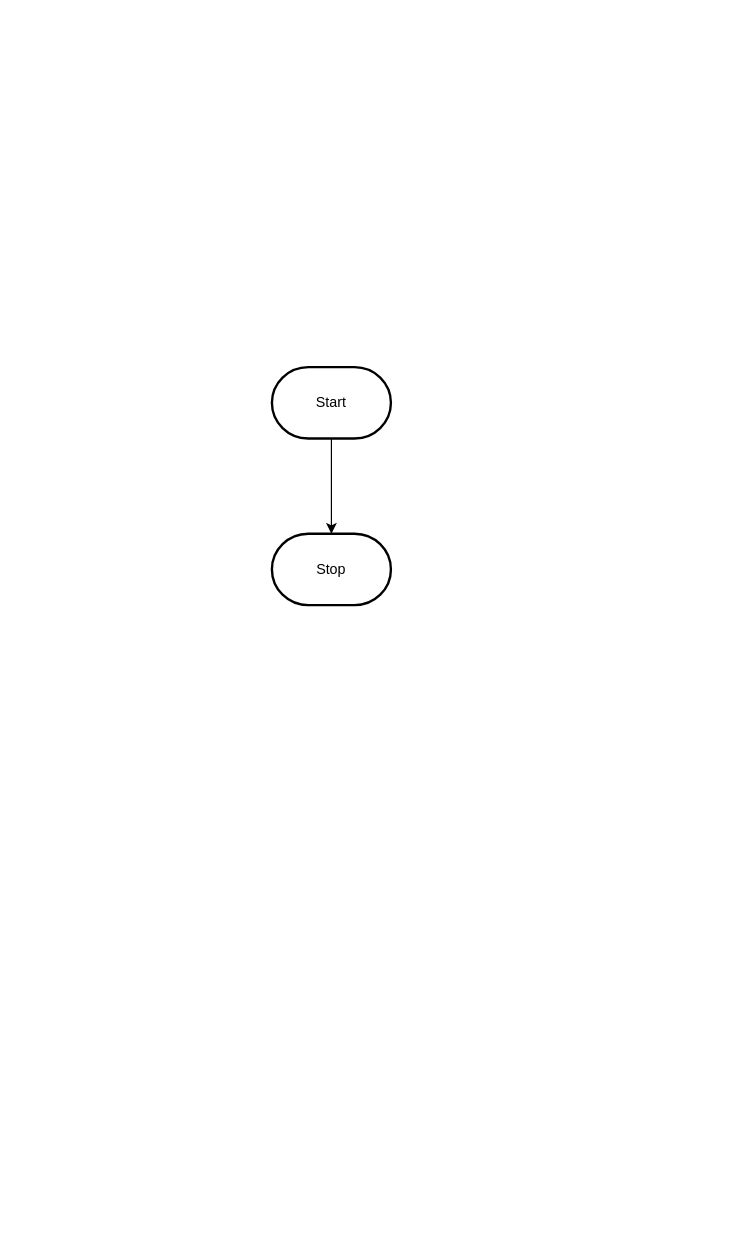
This is design/flowchart.drawio from MTHS-ICS2O-2-2022/ics2o---unit-5-05-Osamah-Hasan, a draw.io file, before an edit. Source tidied: cells renumbered, new cells numbered last; positions are measured from the earlier drawing's top-left corner, leaving out a move shared by most shapes. Both pictures are drawn from the tidied source at 119%, with x=0, y=0 at pixel (271, 367).
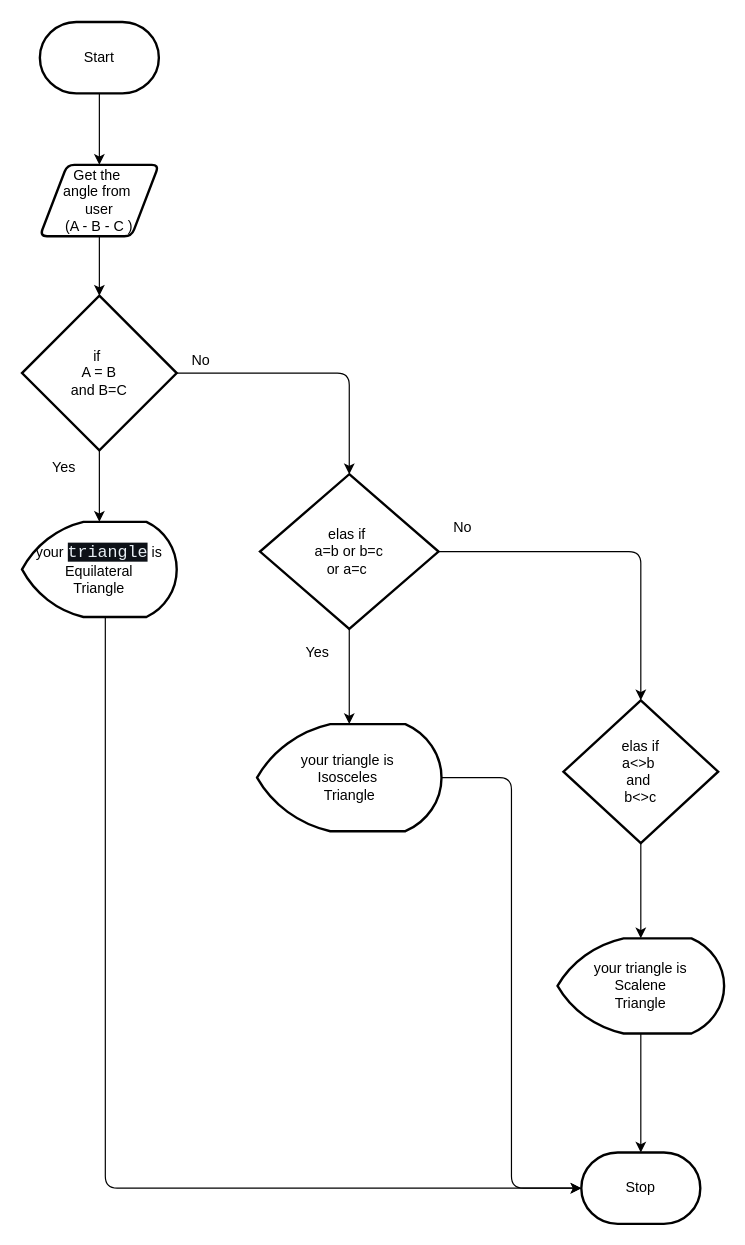
After the change.

Change to the diagram source:
```diff
@@
-    <mxCell id="2" style="edgeStyle=orthogonalEdgeStyle;html=1;rounded=0;" parent="1" edge="1" source="3" target="4">
-      <mxGeometry relative="1" as="geometry" />
-    </mxCell>
+    <mxCell id="5" style="edgeStyle=orthogonalEdgeStyle;html=1;entryX=0.5;entryY=0;entryDx=0;entryDy=0;" parent="1" edge="1" source="3" target="2">
+      <mxGeometry relative="1" as="geometry" />
+    </mxCell>
     <mxCell id="3" value="Start" style="strokeWidth=2;html=1;shape=mxgraph.flowchart.terminator;whiteSpace=wrap;" parent="1" vertex="1">
-      <mxGeometry width="100" height="60" as="geometry" />
+      <mxGeometry x="-195" y="-290" width="100" height="60" as="geometry" />
     </mxCell>
     <mxCell id="4" value="Stop" style="strokeWidth=2;html=1;shape=mxgraph.flowchart.terminator;whiteSpace=wrap;" parent="1" vertex="1">
-      <mxGeometry y="140" width="100" height="60" as="geometry" />
+      <mxGeometry x="260" y="660" width="100" height="60" as="geometry" />
     </mxCell>
+    <mxCell id="6" style="edgeStyle=orthogonalEdgeStyle;html=1;" parent="1" edge="1" source="2" target="9">
+      <mxGeometry relative="1" as="geometry" />
+    </mxCell>
+    <mxCell id="2" value="Get the&amp;nbsp;&lt;br&gt;angle from&amp;nbsp;&lt;br&gt;user&lt;br&gt;(A - B - C )" style="shape=parallelogram;html=1;strokeWidth=2;perimeter=parallelogramPerimeter;whiteSpace=wrap;rounded=1;arcSize=12;size=0.23;" parent="1" vertex="1">
+      <mxGeometry x="-195" y="-170" width="100" height="60" as="geometry" />
+    </mxCell>
+    <mxCell id="7" style="edgeStyle=orthogonalEdgeStyle;html=1;" parent="1" edge="1" source="9" target="13">
+      <mxGeometry relative="1" as="geometry" />
+    </mxCell>
+    <mxCell id="8" style="edgeStyle=orthogonalEdgeStyle;html=1;" parent="1" edge="1" source="9" target="16">
+      <mxGeometry relative="1" as="geometry" />
+    </mxCell>
+    <mxCell id="9" value="if&amp;nbsp;&lt;br&gt;A = B&lt;br&gt;and B=C&lt;br&gt;" style="strokeWidth=2;html=1;shape=mxgraph.flowchart.decision;whiteSpace=wrap;" parent="1" vertex="1">
+      <mxGeometry x="-210" y="-60" width="130" height="130" as="geometry" />
+    </mxCell>
+    <mxCell id="10" value="Yes" style="text;html=1;align=center;verticalAlign=middle;strokeColor=none;fillColor=none;" parent="1" vertex="1">
+      <mxGeometry x="-195" y="70" width="40" height="30" as="geometry" />
+    </mxCell>
+    <mxCell id="11" value="No" style="text;html=1;align=center;verticalAlign=middle;strokeColor=none;fillColor=none;" parent="1" vertex="1">
+      <mxGeometry x="-80" y="-20" width="40" height="30" as="geometry" />
+    </mxCell>
+    <mxCell id="12" style="edgeStyle=orthogonalEdgeStyle;html=1;entryX=0;entryY=0.5;entryDx=0;entryDy=0;entryPerimeter=0;" parent="1" edge="1" source="13" target="4">
+      <mxGeometry relative="1" as="geometry">
+        <Array as="points">
+          <mxPoint x="-140" y="690" />
+        </Array>
+      </mxGeometry>
+    </mxCell>
+    <mxCell id="13" value="your&amp;nbsp;&lt;span style=&quot;background-color: rgb(13, 17, 23); color: rgb(230, 237, 243); font-family: Consolas, &amp;quot;Courier New&amp;quot;, monospace; font-size: 14px;&quot;&gt;triangle&lt;/span&gt;&lt;span style=&quot;background-color: initial;&quot;&gt;&amp;nbsp;is&lt;br&gt;&lt;/span&gt;Equilateral&lt;br&gt;Triangle" style="strokeWidth=2;html=1;shape=mxgraph.flowchart.display;whiteSpace=wrap;" parent="1" vertex="1">
+      <mxGeometry x="-210" y="130" width="130" height="80" as="geometry" />
+    </mxCell>
+    <mxCell id="14" style="edgeStyle=orthogonalEdgeStyle;html=1;entryX=0.5;entryY=0;entryDx=0;entryDy=0;entryPerimeter=0;" parent="1" edge="1" source="16" target="18">
+      <mxGeometry relative="1" as="geometry" />
+    </mxCell>
+    <mxCell id="15" style="edgeStyle=orthogonalEdgeStyle;html=1;entryX=0.5;entryY=0;entryDx=0;entryDy=0;entryPerimeter=0;" parent="1" edge="1" source="16" target="22">
+      <mxGeometry relative="1" as="geometry" />
+    </mxCell>
+    <mxCell id="16" value="elas if&amp;nbsp;&lt;br&gt;a=b or b=c&lt;br&gt;or a=c&amp;nbsp;" style="strokeWidth=2;html=1;shape=mxgraph.flowchart.decision;whiteSpace=wrap;" parent="1" vertex="1">
+      <mxGeometry x="-10" y="90" width="150" height="130" as="geometry" />
+    </mxCell>
+    <mxCell id="17" style="edgeStyle=orthogonalEdgeStyle;html=1;entryX=0;entryY=0.5;entryDx=0;entryDy=0;entryPerimeter=0;" parent="1" edge="1" source="18" target="4">
+      <mxGeometry relative="1" as="geometry" />
+    </mxCell>
+    <mxCell id="18" value="your triangle is&amp;nbsp;&lt;br&gt;Isosceles&amp;nbsp;&lt;br&gt;Triangle" style="strokeWidth=2;html=1;shape=mxgraph.flowchart.display;whiteSpace=wrap;" parent="1" vertex="1">
+      <mxGeometry x="-12.5" y="300" width="155" height="90" as="geometry" />
+    </mxCell>
+    <mxCell id="19" value="Yes" style="text;html=1;align=center;verticalAlign=middle;strokeColor=none;fillColor=none;" parent="1" vertex="1">
+      <mxGeometry x="17.5" y="225" width="40" height="30" as="geometry" />
+    </mxCell>
+    <mxCell id="20" value="No" style="text;html=1;align=center;verticalAlign=middle;strokeColor=none;fillColor=none;" parent="1" vertex="1">
+      <mxGeometry x="140" y="120" width="40" height="30" as="geometry" />
+    </mxCell>
+    <mxCell id="21" style="edgeStyle=orthogonalEdgeStyle;html=1;" parent="1" edge="1" source="22" target="24">
+      <mxGeometry relative="1" as="geometry" />
+    </mxCell>
+    <mxCell id="22" value="elas if&lt;br&gt;a&amp;lt;&amp;gt;b&amp;nbsp;&lt;br&gt;and&amp;nbsp;&lt;br&gt;b&amp;lt;&amp;gt;c" style="strokeWidth=2;html=1;shape=mxgraph.flowchart.decision;whiteSpace=wrap;" parent="1" vertex="1">
+      <mxGeometry x="245" y="280" width="130" height="120" as="geometry" />
+    </mxCell>
+    <mxCell id="23" style="edgeStyle=orthogonalEdgeStyle;html=1;" parent="1" edge="1" source="24" target="4">
+      <mxGeometry relative="1" as="geometry" />
+    </mxCell>
+    <mxCell id="24" value="your triangle is&lt;br&gt;Scalene&lt;br&gt;Triangle" style="strokeWidth=2;html=1;shape=mxgraph.flowchart.display;whiteSpace=wrap;" parent="1" vertex="1">
+      <mxGeometry x="240" y="480" width="140" height="80" as="geometry" />
+    </mxCell>
```
